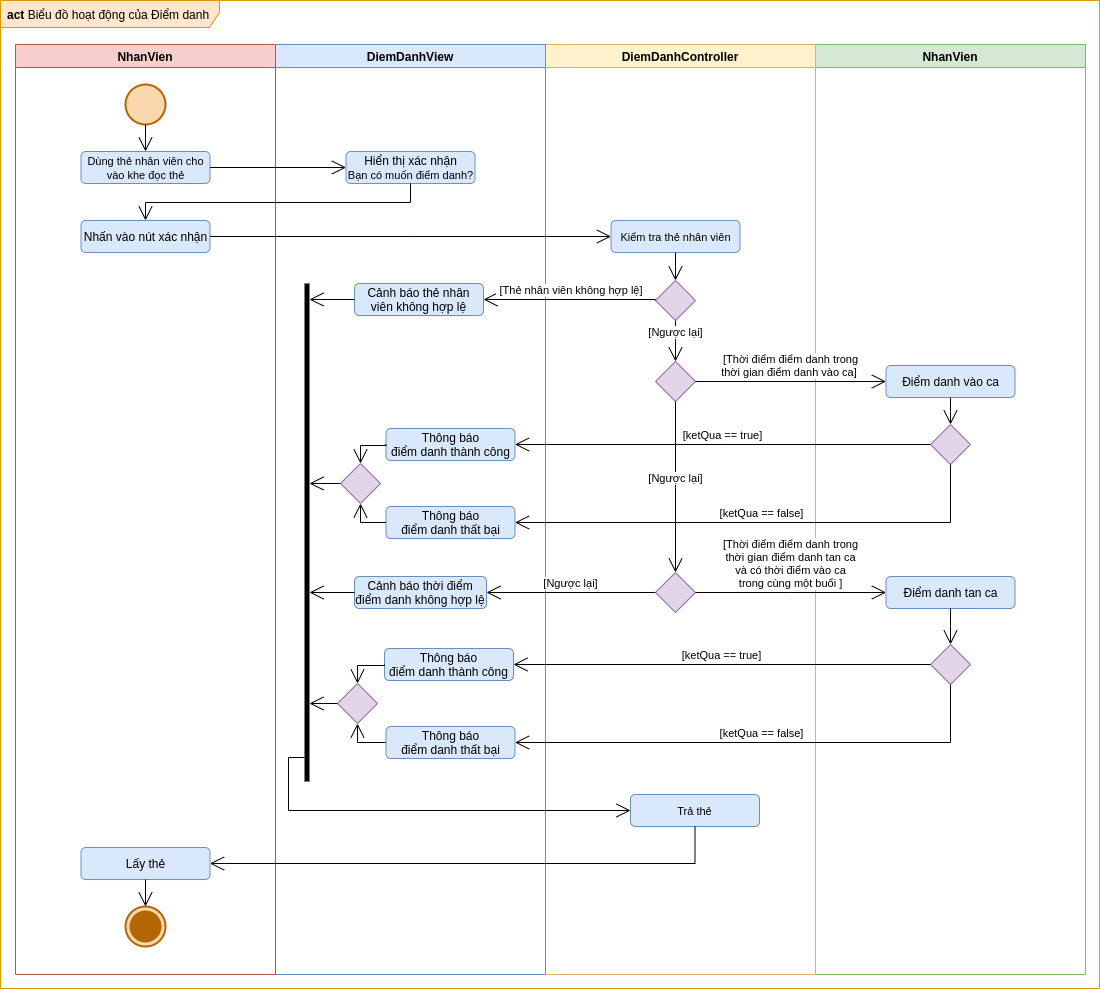
The draw.io diagram images/Activity Diagram/Attendance.png in luclegen/medicine16, before a commit. Source tidied: cells renumbered, new cells last; positions are measured from the earlier drawing's top-left corner, leaving out a move shared by most shapes.
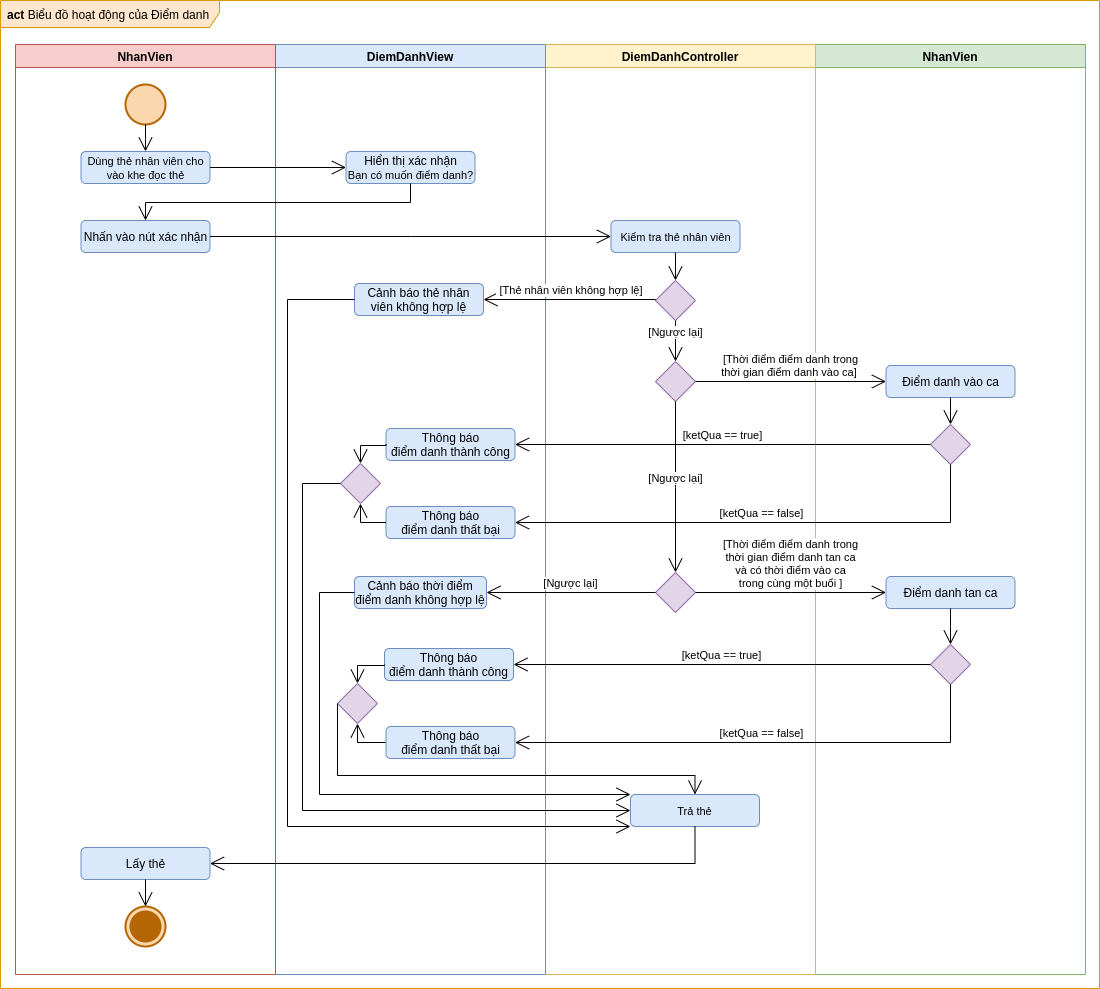
After the change.

What changed in the source:
```diff
@@ -169,15 +169,23 @@
         </Array>
       </mxGeometry>
     </mxCell>
-    <mxCell id="49" style="html=1;points=[];perimeter=orthogonalPerimeter;fillColor=#000000;strokeColor=none;" parent="1" vertex="1">
-      <mxGeometry x="304" y="283" width="5" height="498" as="geometry" />
-    </mxCell>
-    <mxCell id="50" style="edgeStyle=elbowEdgeStyle;html=1;elbow=vertical;endArrow=open;rounded=0;verticalAlign=bottom;endSize=12;exitX=0;exitY=0.5;exitDx=0;exitDy=0;" parent="1" edge="1" source="46" target="49">
-      <mxGeometry relative="1" as="geometry" />
-    </mxCell>
-    <mxCell id="51" style="edgeStyle=elbowEdgeStyle;html=1;elbow=vertical;endArrow=open;rounded=0;verticalAlign=bottom;endSize=12;exitX=0;exitY=0.5;exitDx=0;exitDy=0;" parent="1" edge="1" source="20" target="49">
-      <mxGeometry relative="1" as="geometry" />
-    </mxCell>
+    <mxCell id="59" style="edgeStyle=elbowEdgeStyle;html=1;elbow=vertical;endArrow=open;rounded=0;verticalAlign=bottom;endSize=12;exitX=0;exitY=0.5;exitDx=0;exitDy=0;entryX=0;entryY=0.5;entryDx=0;entryDy=0;" parent="1" edge="1" source="46" target="57">
+      <mxGeometry relative="1" as="geometry">
+        <Array as="points">
+          <mxPoint x="302" y="650" />
+          <mxPoint x="423" y="818" />
+        </Array>
+      </mxGeometry>
+    </mxCell>
+    <mxCell id="60" style="edgeStyle=elbowEdgeStyle;html=1;elbow=vertical;endArrow=open;rounded=0;verticalAlign=bottom;endSize=12;exitX=0;exitY=0.5;exitDx=0;exitDy=0;entryX=0.5;entryY=0;entryDx=0;entryDy=0;" parent="1" edge="1" source="20" target="57">
+      <mxGeometry relative="1" as="geometry">
+        <Array as="points">
+          <mxPoint x="491" y="775" />
+          <mxPoint x="326" y="756" />
+          <mxPoint x="521" y="776" />
+        </Array>
+      </mxGeometry>
+    </mxCell>
     <mxCell id="52" value="&amp;nbsp;[Thẻ nhân viên không hợp lệ]" style="edgeStyle=elbowEdgeStyle;html=1;elbow=vertical;verticalAlign=bottom;endArrow=open;rounded=0;endSize=12;align=center;exitX=0;exitY=0.5;exitDx=0;exitDy=0;entryX=1;entryY=0.5;entryDx=0;entryDy=0;" parent="1" edge="1" source="10" target="17">
       <mxGeometry relative="1" as="geometry">
         <Array as="points">
@@ -185,29 +193,23 @@
         </Array>
       </mxGeometry>
     </mxCell>
-    <mxCell id="53" style="edgeStyle=elbowEdgeStyle;html=1;elbow=vertical;endArrow=open;rounded=0;verticalAlign=bottom;endSize=12;exitX=0;exitY=0.5;exitDx=0;exitDy=0;" parent="1" edge="1" source="17" target="49">
-      <mxGeometry relative="1" as="geometry" />
-    </mxCell>
-    <mxCell id="54" style="edgeStyle=elbowEdgeStyle;html=1;elbow=vertical;endArrow=open;rounded=0;verticalAlign=bottom;endSize=12;entryX=0;entryY=0.5;entryDx=0;entryDy=0;" parent="1" edge="1" source="49" target="57">
-      <mxGeometry relative="1" as="geometry">
-        <Array as="points">
-          <mxPoint x="288" y="757" />
-          <mxPoint x="449" y="826" />
-          <mxPoint x="273" y="820" />
-          <mxPoint x="339" y="848" />
-          <mxPoint x="278" y="826" />
-          <mxPoint x="336" y="834" />
-          <mxPoint x="285" y="812" />
-          <mxPoint x="285" y="830" />
-        </Array>
-      </mxGeometry>
-    </mxCell>
+    <mxCell id="61" style="edgeStyle=elbowEdgeStyle;html=1;elbow=vertical;endArrow=open;rounded=0;verticalAlign=bottom;endSize=12;exitX=0;exitY=0.5;exitDx=0;exitDy=0;entryX=0;entryY=1;entryDx=0;entryDy=0;" parent="1" edge="1" source="17" target="57">
+      <mxGeometry relative="1" as="geometry">
+        <Array as="points">
+          <mxPoint x="287" y="566" />
+        </Array>
+      </mxGeometry>
+    </mxCell>
     <mxCell id="55" value="[Ngược lại]" style="edgeStyle=elbowEdgeStyle;html=1;elbow=vertical;verticalAlign=bottom;endArrow=open;rounded=0;endSize=12;align=center;entryX=1;entryY=0.5;entryDx=0;entryDy=0;exitX=0;exitY=0.5;exitDx=0;exitDy=0;" parent="1" edge="1" source="14" target="25">
       <mxGeometry relative="1" as="geometry" />
     </mxCell>
-    <mxCell id="56" style="edgeStyle=elbowEdgeStyle;html=1;elbow=vertical;endArrow=open;rounded=0;verticalAlign=bottom;endSize=12;exitX=0;exitY=0.5;exitDx=0;exitDy=0;" parent="1" edge="1" source="25" target="49">
-      <mxGeometry relative="1" as="geometry" />
-    </mxCell>
+    <mxCell id="62" style="edgeStyle=elbowEdgeStyle;html=1;elbow=vertical;endArrow=open;rounded=0;verticalAlign=bottom;endSize=12;exitX=0;exitY=0.5;exitDx=0;exitDy=0;entryX=0;entryY=0;entryDx=0;entryDy=0;" parent="1" edge="1" source="25" target="57">
+      <mxGeometry relative="1" as="geometry">
+        <Array as="points">
+          <mxPoint x="319" y="702" />
+        </Array>
+      </mxGeometry>
+    </mxCell>
     <mxCell id="57" value="&lt;span style=&quot;font-size: 11px&quot;&gt;Trả thẻ&lt;/span&gt;" style="shape=rect;html=1;rounded=1;whiteSpace=wrap;align=center;fillColor=#dae8fc;strokeColor=#6c8ebf;" parent="1" vertex="1">
       <mxGeometry x="630" y="794" width="129" height="32" as="geometry" />
     </mxCell>
```
